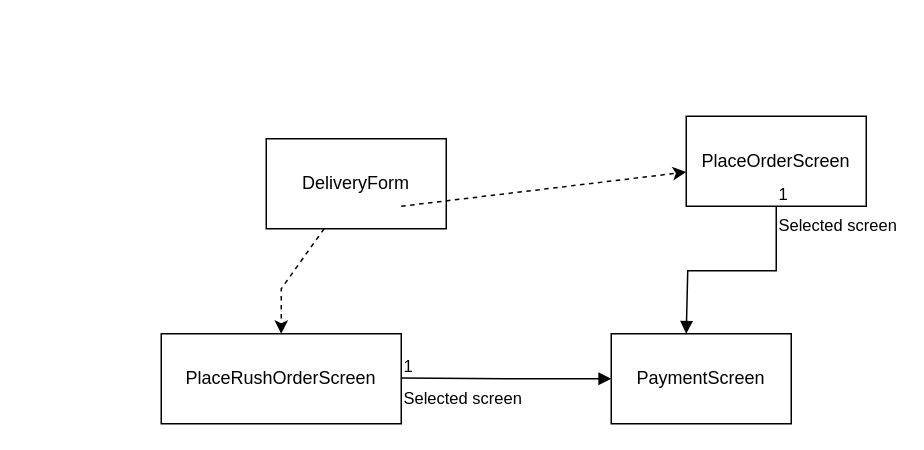
tranky217/Network_programming keeps this draw.io diagram as Untitled Diagram.drawio. Above is the earlier version. Source tidied: cells renumbered, new cells numbered last; positions are measured from the earlier drawing's top-left corner, leaving out a move shared by most shapes. Both pictures are drawn from the tidied source at 150%, with x=0, y=0 at pixel (160, 116).
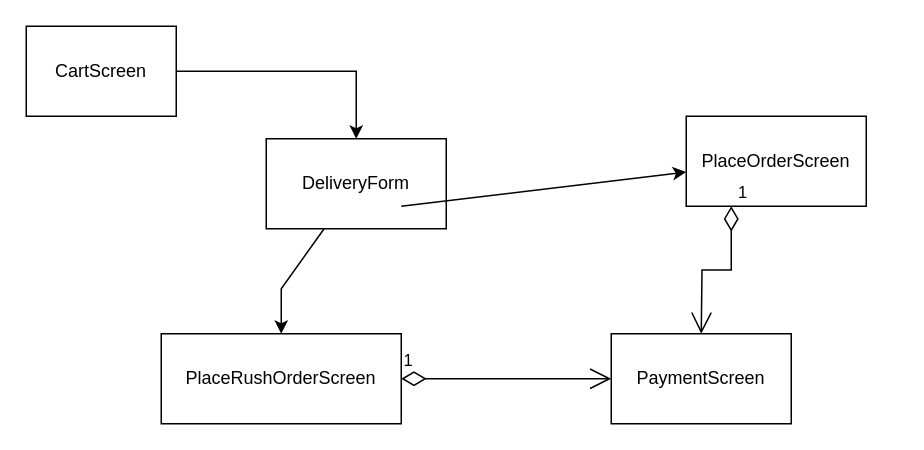
The same diagram, later.

Change to the diagram source:
```diff
@@
 <mxGraphModel>
   <root>
     <mxCell id="0" />
     <mxCell id="1" parent="0" />
     <mxCell id="2" style="rounded=0;whiteSpace=wrap;html=1;labelBackgroundColor=none;" parent="1" vertex="1">
       <mxGeometry x="70" y="15" width="120" height="60" as="geometry" />
     </mxCell>
     <mxCell id="3" value="DeliveryForm&lt;br&gt;" style="text;strokeColor=none;align=center;fillColor=none;html=1;verticalAlign=middle;whiteSpace=wrap;rounded=0;labelBackgroundColor=none;" parent="1" vertex="1">
       <mxGeometry x="100" y="30" width="60" height="30" as="geometry" />
     </mxCell>
     <mxCell id="4" value="PlaceRushOrderScreen" style="rounded=0;whiteSpace=wrap;html=1;labelBackgroundColor=none;" parent="1" vertex="1">
       <mxGeometry y="145" width="160" height="60" as="geometry" />
     </mxCell>
     <mxCell id="5" value="PlaceOrderScreen" style="rounded=0;whiteSpace=wrap;html=1;labelBackgroundColor=none;" parent="1" vertex="1">
       <mxGeometry x="350" width="120" height="60" as="geometry" />
     </mxCell>
     <mxCell id="6" value="PaymentScreen" style="rounded=0;whiteSpace=wrap;html=1;labelBackgroundColor=none;" parent="1" vertex="1">
       <mxGeometry x="300" y="145" width="120" height="60" as="geometry" />
     </mxCell>
-    <mxCell id="7" style="endArrow=classic;html=1;rounded=0;exitX=1;exitY=1;exitDx=0;exitDy=0;dashed=1;labelBackgroundColor=none;fontColor=default;" parent="1" edge="1" source="3" target="5">
+    <mxCell id="7" style="endArrow=classic;html=1;rounded=0;exitX=1;exitY=1;exitDx=0;exitDy=0;labelBackgroundColor=none;fontColor=default;" parent="1" edge="1" source="3" target="5">
       <mxGeometry relative="1" as="geometry" />
     </mxCell>
-    <mxCell id="8" style="endArrow=classic;html=1;rounded=0;dashed=1;" parent="1" edge="1" source="2" target="4">
+    <mxCell id="8" style="endArrow=classic;html=1;rounded=0;" parent="1" edge="1" source="2" target="4">
       <mxGeometry relative="1" as="geometry">
         <Array as="points">
           <mxPoint x="80" y="115" />
         </Array>
       </mxGeometry>
     </mxCell>
-    <mxCell id="9" value="Selected screen&lt;br&gt;" style="endArrow=block;endFill=1;html=1;edgeStyle=orthogonalEdgeStyle;align=left;verticalAlign=top;rounded=0;" parent="1" edge="1" source="5">
-      <mxGeometry x="-1" relative="1" as="geometry">
-        <mxPoint x="350" y="145" as="targetPoint" />
-        <Array as="points">
-          <mxPoint x="410" y="103" />
-          <mxPoint x="351" y="103" />
-        </Array>
-      </mxGeometry>
-    </mxCell>
-    <mxCell id="10" value="1" style="edgeLabel;html=1;align=left;verticalAlign=bottom;" parent="9" vertex="1">
-      <mxGeometry x="-1" relative="1" as="geometry" />
-    </mxCell>
-    <mxCell id="11" value="Selected screen" style="endArrow=block;endFill=1;html=1;edgeStyle=orthogonalEdgeStyle;align=left;verticalAlign=top;rounded=0;" parent="1" edge="1">
-      <mxGeometry x="-1" relative="1" as="geometry">
-        <mxPoint x="160" y="174.5" as="sourcePoint" />
-        <mxPoint x="300" y="175" as="targetPoint" />
-      </mxGeometry>
-    </mxCell>
-    <mxCell id="12" value="1" style="edgeLabel;html=1;align=left;verticalAlign=bottom;" parent="11" vertex="1">
-      <mxGeometry x="-1" relative="1" as="geometry" />
-    </mxCell>
+    <mxCell id="13" style="edgeStyle=orthogonalEdgeStyle;rounded=0;jettySize=auto;html=1;entryX=0.5;entryY=0;entryDx=0;entryDy=0;" parent="1" edge="1" source="14" target="2">
+      <mxGeometry relative="1" as="geometry" />
+    </mxCell>
+    <mxCell id="14" value="CartScreen" style="rounded=0;whiteSpace=wrap;html=1;" parent="1" vertex="1">
+      <mxGeometry x="-90" y="-60" width="100" height="60" as="geometry" />
+    </mxCell>
+    <mxCell id="15" value="1" style="endArrow=open;html=1;endSize=12;startArrow=diamondThin;startSize=14;startFill=0;edgeStyle=orthogonalEdgeStyle;align=left;verticalAlign=bottom;rounded=0;exitX=1;exitY=0.5;exitDx=0;exitDy=0;entryX=0;entryY=0.5;entryDx=0;entryDy=0;" parent="1" edge="1" source="4" target="6">
+      <mxGeometry x="-1" y="3" relative="1" as="geometry" />
+    </mxCell>
+    <mxCell id="16" value="1" style="endArrow=open;html=1;endSize=12;startArrow=diamondThin;startSize=14;startFill=0;edgeStyle=orthogonalEdgeStyle;align=left;verticalAlign=bottom;rounded=0;exitX=0.25;exitY=1;exitDx=0;exitDy=0;" parent="1" edge="1" source="5">
+      <mxGeometry x="-1" y="3" relative="1" as="geometry">
+        <mxPoint x="360" y="145" as="targetPoint" />
+      </mxGeometry>
+    </mxCell>
   </root>
 </mxGraphModel>
```
